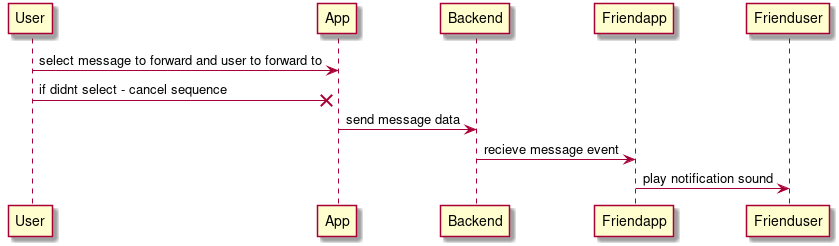
Above: sequence.png in mai-re-course/uc-univercity-chat-neozumm (PlantUML), before the change. Its diagram source:
```plantuml
@startuml
User -> App : select message to forward and user to forward to
User ->x App : if didnt select - cancel sequence
App -> Backend : send message data
Backend -> Friendapp : recieve message event
Friendapp -> Frienduser : play notification sound

@enduml
```
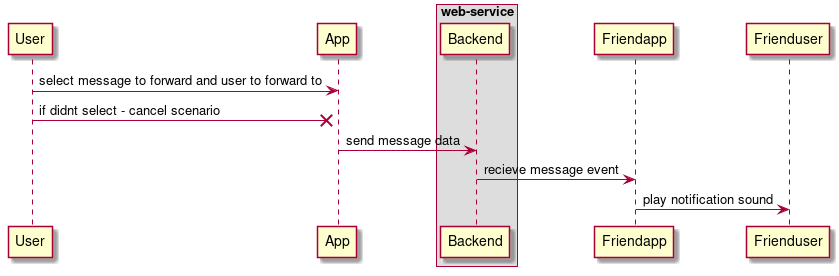
Above is the later version.

Commit message:
update sequence uml[C

What changed in the source:
```diff
@@ -1,8 +1,15 @@
 @startuml
+skinparam BoxPadding 10
+participant User
+participant App
+box "web-service"
+participant Backend
+end box
+participant Friendapp
+participant Frienduser
 User -> App : select message to forward and user to forward to
-User ->x App : if didnt select - cancel sequence
+User ->x App : if didnt select - cancel scenario
 App -> Backend : send message data
 Backend -> Friendapp : recieve message event
 Friendapp -> Frienduser : play notification sound
-
 @enduml
```
